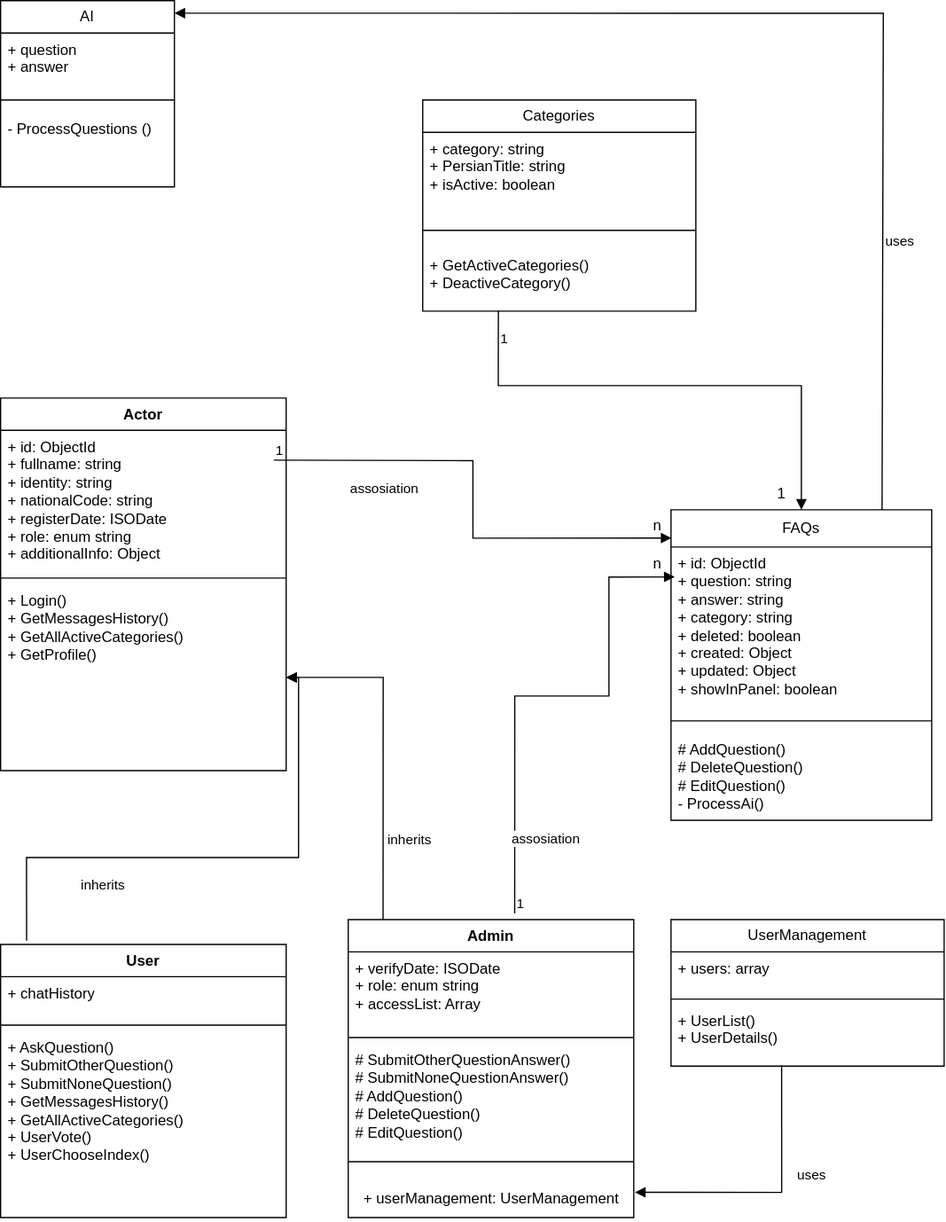
Soheil-HA/chatbot_diagrams keeps this draw.io diagram as class-diagram.drawio.svg. Above is the earlier version. Source tidied: cells renumbered, new cells last; positions are measured from the earlier drawing's top-left corner, leaving out a move shared by most shapes.
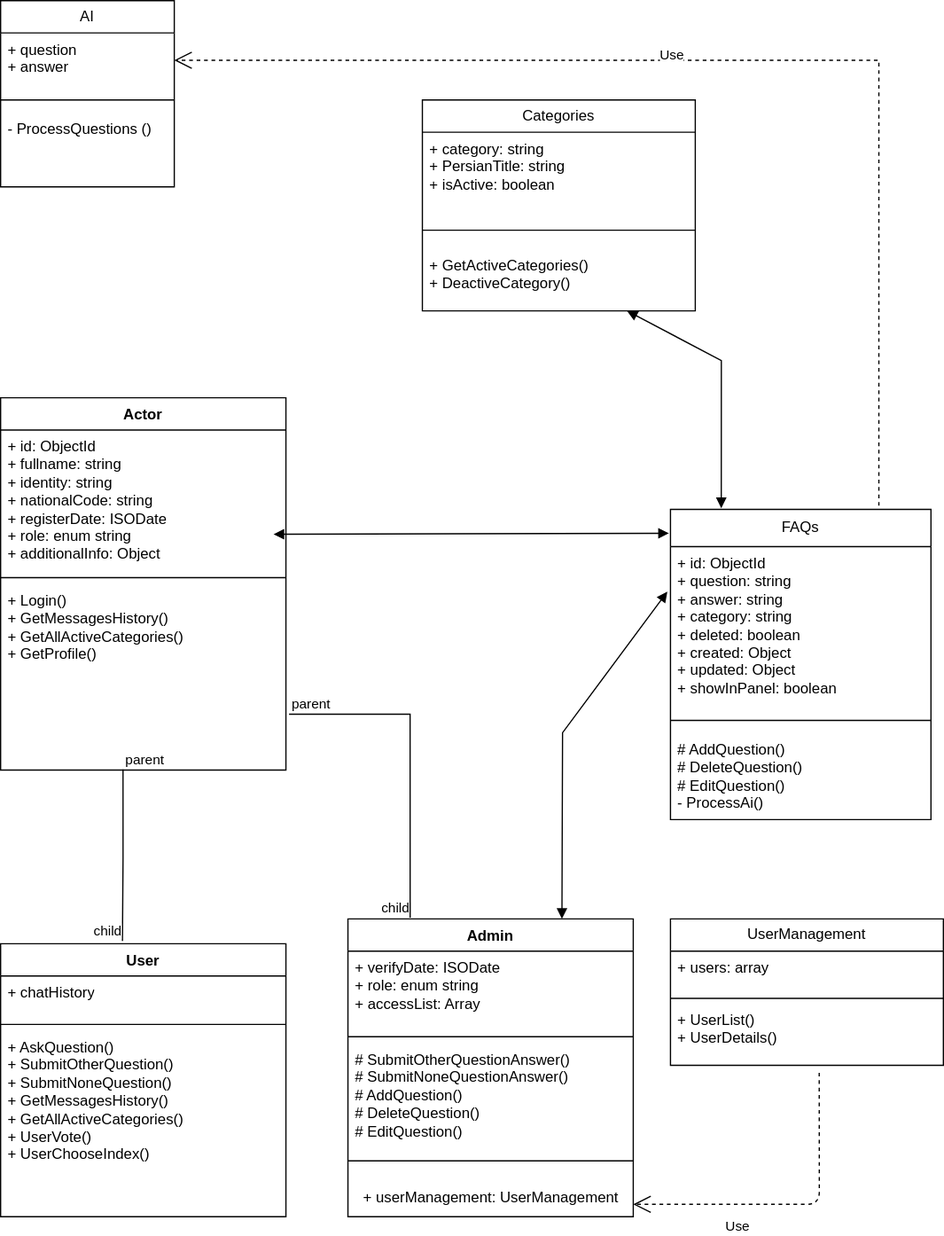
After the commit.

Commit message:
relation between class diagrams fixed

The edit, as a diff of the source:
```diff
@@ -17,15 +17,6 @@
     <mxCell id="6" value="&lt;div&gt;FAQs&lt;/div&gt;" style="swimlane;fontStyle=0;horizontal=1;startSize=30;fillColor=none;whiteSpace=wrap;html=1;" parent="1" vertex="1">
       <mxGeometry x="540" y="410" width="210" height="250" as="geometry" />
     </mxCell>
-    <mxCell id="7" value="&lt;div&gt;uses&lt;/div&gt;" style="endArrow=block;endFill=1;html=1;edgeStyle=orthogonalEdgeStyle;align=left;verticalAlign=top;rounded=0;entryX=1;entryY=0.067;entryDx=0;entryDy=0;entryPerimeter=0;" parent="6" edge="1" target="30">
-      <mxGeometry x="-0.53" relative="1" as="geometry">
-        <mxPoint x="170" as="sourcePoint" />
-        <Array as="points">
-          <mxPoint x="171" />
-          <mxPoint x="171" y="-400" />
-        </Array>
-      </mxGeometry>
-    </mxCell>
     <mxCell id="8" value="&lt;div&gt;+ id: ObjectId&lt;/div&gt;&lt;div&gt;+ question: string&lt;/div&gt;&lt;div&gt;+ answer: string&lt;/div&gt;&lt;div&gt;+ category: string&lt;/div&gt;&lt;div&gt;+ deleted: boolean&lt;/div&gt;&lt;div&gt;+ created: Object&lt;/div&gt;&lt;div&gt;+ updated: Object&lt;/div&gt;&lt;div&gt;+ showInPanel: boolean&lt;br&gt;&lt;/div&gt;" style="text;strokeColor=none;fillColor=none;align=left;verticalAlign=top;spacingLeft=4;spacingRight=4;overflow=hidden;points=[[0,0.5],[1,0.5]];portConstraint=eastwest;whiteSpace=wrap;html=1;" parent="6" vertex="1">
       <mxGeometry y="30" width="210" height="130" as="geometry" />
     </mxCell>
@@ -56,30 +47,20 @@
     <mxCell id="17" value="Actor" style="swimlane;fontStyle=1;align=center;verticalAlign=top;horizontal=1;startSize=26;whiteSpace=wrap;html=1;" parent="1" vertex="1">
       <mxGeometry y="320" width="230" height="300" as="geometry" />
     </mxCell>
-    <mxCell id="18" value="&lt;div&gt;assosiation&lt;/div&gt;" style="endArrow=block;endFill=1;html=1;edgeStyle=orthogonalEdgeStyle;align=left;verticalAlign=top;rounded=0;entryX=0.002;entryY=0.091;entryDx=0;entryDy=0;entryPerimeter=0;" parent="17" edge="1" target="6">
-      <mxGeometry x="-0.68" y="-10" relative="1" as="geometry">
-        <mxPoint x="220" y="50" as="sourcePoint" />
-        <mxPoint x="-1" as="offset" />
-      </mxGeometry>
-    </mxCell>
-    <mxCell id="19" value="1" style="edgeLabel;html=1;align=left;verticalAlign=bottom;" parent="18" vertex="1">
-      <mxGeometry x="-1" relative="1" as="geometry" />
-    </mxCell>
     <mxCell id="20" value="&lt;div&gt;+ id: ObjectId&lt;br&gt;&lt;/div&gt;&lt;div&gt;+ fullname: string&lt;/div&gt;&lt;div&gt;+ identity: string&lt;/div&gt;&lt;div&gt;+ nationalCode: string&lt;/div&gt;&lt;div&gt;+ registerDate: ISODate&lt;/div&gt;&lt;div&gt;+ role: enum string&lt;/div&gt;&lt;div&gt;+ additionalInfo: Object&lt;br&gt;&lt;/div&gt;" style="text;strokeColor=none;fillColor=none;align=left;verticalAlign=top;spacingLeft=4;spacingRight=4;overflow=hidden;whiteSpace=wrap;html=1;" parent="17" vertex="1">
       <mxGeometry y="26" width="230" height="114" as="geometry" />
     </mxCell>
+    <mxCell id="45" style="endArrow=block;startArrow=block;endFill=1;startFill=1;html=1;rounded=0;entryX=-0.006;entryY=0.077;entryDx=0;entryDy=0;entryPerimeter=0;" parent="17" edge="1" target="6">
+      <mxGeometry relative="1" as="geometry">
+        <mxPoint x="220" y="110" as="sourcePoint" />
+      </mxGeometry>
+    </mxCell>
     <mxCell id="21" style="line;strokeWidth=1;fillColor=none;align=left;verticalAlign=middle;spacingTop=-1;spacingLeft=3;spacingRight=3;labelPosition=right;strokeColor=inherit;" parent="17" vertex="1">
       <mxGeometry y="140" width="230" height="10" as="geometry" />
     </mxCell>
     <mxCell id="22" value="&lt;div&gt;+ Login()&lt;/div&gt;&lt;div&gt;+ GetMessagesHistory()&lt;/div&gt;&lt;div&gt;+ GetAllActiveCategories()&lt;/div&gt;&lt;div&gt;+ GetProfile()&lt;/div&gt;&lt;div&gt;&lt;br&gt;&lt;/div&gt;" style="text;strokeColor=none;fillColor=none;align=left;verticalAlign=top;spacingLeft=4;spacingRight=4;overflow=hidden;points=[[0,0.5],[1,0.5]];portConstraint=eastwest;whiteSpace=wrap;html=1;" parent="17" vertex="1">
       <mxGeometry y="150" width="230" height="150" as="geometry" />
     </mxCell>
-    <mxCell id="23" value="&lt;span&gt;inherits&lt;/span&gt;" style="endArrow=block;endFill=1;html=1;edgeStyle=orthogonalEdgeStyle;align=left;verticalAlign=top;rounded=0;exitX=0.091;exitY=-0.014;exitDx=0;exitDy=0;exitPerimeter=0;" parent="1" edge="1" source="2" target="22">
-      <mxGeometry x="-0.51" y="-9" relative="1" as="geometry" />
-    </mxCell>
-    <mxCell id="24" value="&lt;div&gt;inherits&lt;/div&gt;" style="endArrow=block;endFill=1;html=1;edgeStyle=orthogonalEdgeStyle;align=left;verticalAlign=top;rounded=0;exitX=0.122;exitY=0;exitDx=0;exitDy=0;exitPerimeter=0;" parent="1" edge="1" source="11" target="22">
-      <mxGeometry x="-0.44" y="-2" relative="1" as="geometry" />
-    </mxCell>
     <mxCell id="25" value="&lt;div&gt;UserManagement&lt;/div&gt;" style="swimlane;fontStyle=0;horizontal=1;startSize=26;fillColor=none;whiteSpace=wrap;html=1;" parent="1" vertex="1">
       <mxGeometry x="540" y="740" width="220" height="118" as="geometry" />
     </mxCell>
@@ -92,9 +73,6 @@
     <mxCell id="28" value="&lt;div&gt;+ UserList()&lt;/div&gt;&lt;div&gt;+ UserDetails()&lt;/div&gt;" style="text;strokeColor=none;fillColor=none;align=left;verticalAlign=top;spacingLeft=4;spacingRight=4;overflow=hidden;points=[[0,0.5],[1,0.5]];portConstraint=eastwest;whiteSpace=wrap;html=1;" parent="25" vertex="1">
       <mxGeometry y="68" width="220" height="50" as="geometry" />
     </mxCell>
-    <mxCell id="29" value="uses" style="endArrow=block;endFill=1;html=1;edgeStyle=orthogonalEdgeStyle;align=left;verticalAlign=top;rounded=0;exitX=0.405;exitY=0.983;exitDx=0;exitDy=0;exitPerimeter=0;entryX=1.004;entryY=0.322;entryDx=0;entryDy=0;entryPerimeter=0;" parent="1" edge="1" source="28" target="16">
-      <mxGeometry x="-0.32" y="11" relative="1" as="geometry" />
-    </mxCell>
     <mxCell id="30" value="AI" style="swimlane;fontStyle=0;horizontal=1;startSize=26;fillColor=none;whiteSpace=wrap;html=1;" parent="1" vertex="1">
       <mxGeometry width="140" height="150" as="geometry" />
     </mxCell>
@@ -107,24 +85,6 @@
     <mxCell id="33" value="&lt;div&gt;- ProcessQuestions ()&lt;/div&gt;" style="text;strokeColor=none;fillColor=none;align=left;verticalAlign=top;spacingLeft=4;spacingRight=4;overflow=hidden;whiteSpace=wrap;html=1;" parent="30" vertex="1">
       <mxGeometry y="90" width="140" height="60" as="geometry" />
     </mxCell>
-    <mxCell id="34" value="assosiation" style="endArrow=block;endFill=1;html=1;edgeStyle=orthogonalEdgeStyle;align=left;verticalAlign=top;rounded=0;exitX=0.583;exitY=-0.021;exitDx=0;exitDy=0;exitPerimeter=0;entryX=0.014;entryY=0.185;entryDx=0;entryDy=0;entryPerimeter=0;" parent="1" edge="1" source="11" target="8">
-      <mxGeometry x="-0.63" y="4" relative="1" as="geometry">
-        <Array as="points">
-          <mxPoint x="414" y="560" />
-          <mxPoint x="490" y="560" />
-          <mxPoint x="490" y="464" />
-        </Array>
-      </mxGeometry>
-    </mxCell>
-    <mxCell id="35" value="1" style="edgeLabel;html=1;align=left;verticalAlign=bottom;" parent="34" vertex="1">
-      <mxGeometry x="-1" relative="1" as="geometry" />
-    </mxCell>
-    <mxCell id="36" value="n" style="text;strokeColor=none;fillColor=none;align=left;verticalAlign=top;spacingLeft=4;spacingRight=4;overflow=hidden;whiteSpace=wrap;html=1;" parent="1" vertex="1">
-      <mxGeometry x="520" y="409" width="100" height="26" as="geometry" />
-    </mxCell>
-    <mxCell id="37" value="n" style="text;strokeColor=none;fillColor=none;align=left;verticalAlign=top;spacingLeft=4;spacingRight=4;overflow=hidden;whiteSpace=wrap;html=1;" parent="1" vertex="1">
-      <mxGeometry x="520" y="440" width="100" height="26" as="geometry" />
-    </mxCell>
     <mxCell id="38" value="&lt;div&gt;Categories&lt;/div&gt;" style="swimlane;fontStyle=0;horizontal=1;startSize=26;fillColor=none;whiteSpace=wrap;html=1;" parent="1" vertex="1">
       <mxGeometry x="340" y="80" width="220" height="170" as="geometry" />
     </mxCell>
@@ -137,21 +97,52 @@
     <mxCell id="41" value="&lt;div&gt;+ GetActiveCategories()&lt;/div&gt;&lt;div&gt;+ DeactiveCategory()&lt;br&gt;&lt;/div&gt;" style="text;strokeColor=none;fillColor=none;align=left;verticalAlign=top;spacingLeft=4;spacingRight=4;overflow=hidden;points=[[0,0.5],[1,0.5]];portConstraint=eastwest;whiteSpace=wrap;html=1;" parent="38" vertex="1">
       <mxGeometry y="120" width="220" height="50" as="geometry" />
     </mxCell>
-    <mxCell id="42" style="endArrow=block;endFill=1;html=1;edgeStyle=orthogonalEdgeStyle;align=left;verticalAlign=top;rounded=0;exitX=0.277;exitY=0.993;exitDx=0;exitDy=0;exitPerimeter=0;" parent="1" edge="1" source="41" target="6">
-      <mxGeometry x="-1" relative="1" as="geometry">
-        <Array as="points">
-          <mxPoint x="401" y="310" />
-          <mxPoint x="645" y="310" />
-        </Array>
-      </mxGeometry>
-    </mxCell>
-    <mxCell id="43" value="1" style="edgeLabel;html=1;align=left;verticalAlign=bottom;" parent="42" vertex="1">
-      <mxGeometry x="-1" relative="1" as="geometry">
-        <mxPoint y="30" as="offset" />
-      </mxGeometry>
-    </mxCell>
-    <mxCell id="44" value="1" style="text;strokeColor=none;fillColor=none;align=left;verticalAlign=top;spacingLeft=4;spacingRight=4;overflow=hidden;whiteSpace=wrap;html=1;" parent="1" vertex="1">
-      <mxGeometry x="620" y="383" width="100" height="26" as="geometry" />
-    </mxCell>
+    <mxCell id="29" value="Use" style="endArrow=open;endSize=12;dashed=1;html=1;rounded=1;exitX=0.545;exitY=1.12;exitDx=0;exitDy=0;entryX=1;entryY=0.667;entryDx=0;entryDy=0;entryPerimeter=0;exitPerimeter=0;strokeColor=default;curved=0;" parent="1" edge="1" source="28" target="16">
+      <mxGeometry x="0.34" y="18" relative="1" as="geometry">
+        <Array as="points">
+          <mxPoint x="660" y="970" />
+        </Array>
+      </mxGeometry>
+    </mxCell>
+    <mxCell id="46" value="Use" style="endArrow=open;endSize=12;dashed=1;html=1;rounded=0;exitX=0.8;exitY=-0.012;exitDx=0;exitDy=0;exitPerimeter=0;" parent="1" edge="1" source="6" target="31">
+      <mxGeometry x="0.14" y="-3" relative="1" as="geometry">
+        <Array as="points">
+          <mxPoint x="708" y="48" />
+        </Array>
+        <mxPoint y="-1" as="offset" />
+      </mxGeometry>
+    </mxCell>
+    <mxCell id="47" style="endArrow=none;html=1;edgeStyle=orthogonalEdgeStyle;rounded=0;exitX=0.429;exitY=0.997;exitDx=0;exitDy=0;exitPerimeter=0;entryX=0.427;entryY=-0.01;entryDx=0;entryDy=0;entryPerimeter=0;" parent="1" edge="1" source="22" target="2">
+      <mxGeometry relative="1" as="geometry" />
+    </mxCell>
+    <mxCell id="48" value="parent" style="edgeLabel;html=1;align=left;verticalAlign=bottom;" parent="47" vertex="1">
+      <mxGeometry x="-1" relative="1" as="geometry" />
+    </mxCell>
+    <mxCell id="49" value="child" style="edgeLabel;html=1;align=right;verticalAlign=bottom;" parent="47" vertex="1">
+      <mxGeometry x="1" relative="1" as="geometry" />
+    </mxCell>
+    <mxCell id="50" style="endArrow=none;html=1;edgeStyle=orthogonalEdgeStyle;rounded=0;exitX=1.011;exitY=0.7;exitDx=0;exitDy=0;exitPerimeter=0;entryX=0.218;entryY=-0.004;entryDx=0;entryDy=0;entryPerimeter=0;" parent="1" edge="1" source="22" target="11">
+      <mxGeometry relative="1" as="geometry" />
+    </mxCell>
+    <mxCell id="51" value="parent" style="edgeLabel;html=1;align=left;verticalAlign=bottom;" parent="50" vertex="1">
+      <mxGeometry x="-1" relative="1" as="geometry" />
+    </mxCell>
+    <mxCell id="52" value="child" style="edgeLabel;html=1;align=right;verticalAlign=bottom;" parent="50" vertex="1">
+      <mxGeometry x="1" relative="1" as="geometry" />
+    </mxCell>
+    <mxCell id="34" style="endArrow=block;startArrow=block;endFill=1;startFill=1;html=1;rounded=0;entryX=-0.012;entryY=0.279;entryDx=0;entryDy=0;entryPerimeter=0;exitX=0.75;exitY=0;exitDx=0;exitDy=0;" parent="1" edge="1" source="11" target="8">
+      <mxGeometry relative="1" as="geometry">
+        <Array as="points">
+          <mxPoint x="453" y="590" />
+        </Array>
+      </mxGeometry>
+    </mxCell>
+    <mxCell id="53" style="endArrow=block;startArrow=block;endFill=1;startFill=1;html=1;rounded=0;exitX=0.75;exitY=1;exitDx=0;exitDy=0;entryX=0.195;entryY=-0.004;entryDx=0;entryDy=0;entryPerimeter=0;" parent="1" edge="1" source="38" target="6">
+      <mxGeometry relative="1" as="geometry">
+        <Array as="points">
+          <mxPoint x="581" y="290" />
+        </Array>
+      </mxGeometry>
+    </mxCell>
   </root>
 </mxGraphModel>
```
